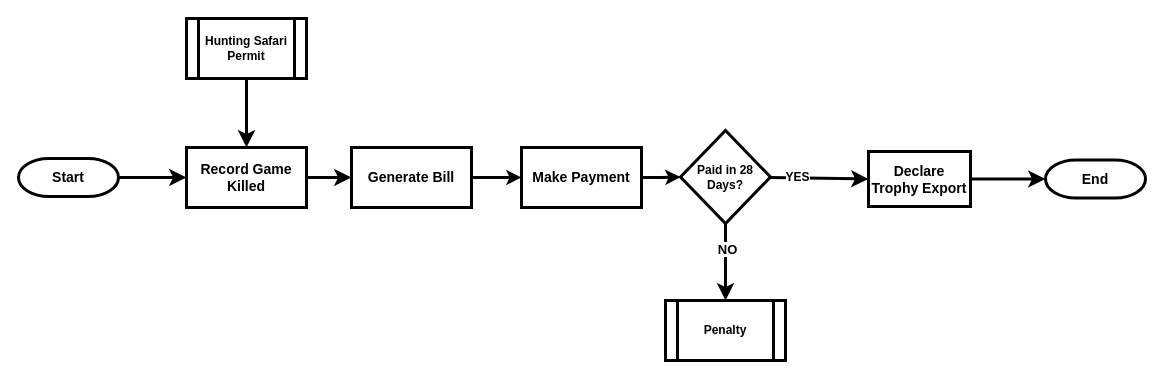
The draw.io diagram page "GameKilledRecording" (5 of 10) of TourismHunting/Tourism_Hunting_Flow.drawio in MbalamulaS/portal2-diagram, before the edit. Source tidied: cells renumbered, new cells numbered last; positions are measured from the earlier drawing's top-left corner, leaving out a move shared by most shapes. Both pictures are drawn from the tidied source at 100%, with x=0, y=0 at pixel (18, 18).
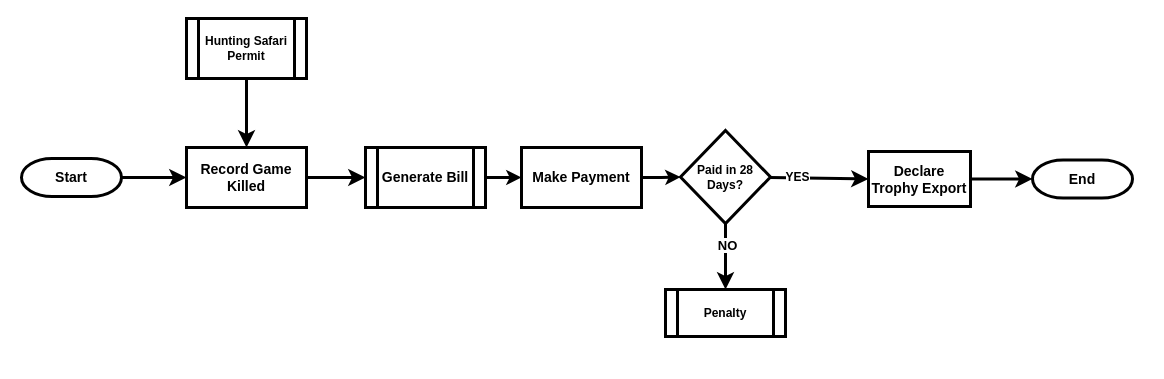
After the change.

Unchanged cells that the change refers to:
```xml
<mxCell id="19" value="Make Payment" style="whiteSpace=wrap;html=1;fontSize=14;fontStyle=1;strokeWidth=3;" parent="1" vertex="1">
  <mxGeometry x="503" y="129" width="120" height="60" as="geometry" />
</mxCell>
```

Change to the diagram source:
```diff
@@
     <mxCell id="3" value="&lt;span&gt;&lt;font&gt;Start&lt;/font&gt;&lt;/span&gt;" style="strokeWidth=3;html=1;shape=mxgraph.flowchart.terminator;whiteSpace=wrap;fontSize=14;fontStyle=1;" parent="1" vertex="1">
-      <mxGeometry y="140" width="100" height="38" as="geometry" />
+      <mxGeometry x="3" y="140" width="100" height="38" as="geometry" />
     </mxCell>
@@
     <mxCell id="8" value="&lt;span&gt;End&lt;/span&gt;" style="strokeWidth=3;html=1;shape=mxgraph.flowchart.terminator;whiteSpace=wrap;fontSize=14;fontStyle=1;" parent="1" vertex="1">
-      <mxGeometry x="1027" y="141.5" width="100" height="38" as="geometry" />
+      <mxGeometry x="1014" y="141.5" width="100" height="38" as="geometry" />
     </mxCell>
@@
-    <mxCell id="16" style="edgeStyle=orthogonalEdgeStyle;rounded=0;jettySize=auto;html=1;strokeWidth=3;" parent="1" edge="1" source="17" target="19">
+    <mxCell id="16" style="edgeStyle=orthogonalEdgeStyle;rounded=0;jettySize=auto;html=1;strokeWidth=3;exitX=1;exitY=0.5;exitDx=0;exitDy=0;" parent="1" edge="1" source="17" target="19">
       <mxGeometry relative="1" as="geometry" />
     </mxCell>
-    <mxCell id="17" value="Generate Bill" style="whiteSpace=wrap;html=1;fontSize=14;fontStyle=1;strokeWidth=3;" parent="1" vertex="1">
-      <mxGeometry x="333" y="129" width="120" height="60" as="geometry" />
-    </mxCell>
@@
     <mxCell id="20" value="Penalty" style="shape=process;whiteSpace=wrap;html=1;backgroundOutline=1;fontStyle=1;strokeWidth=3;" parent="1" vertex="1">
-      <mxGeometry x="647" y="282" width="120" height="60" as="geometry" />
+      <mxGeometry x="647" y="271" width="120" height="47" as="geometry" />
     </mxCell>
+    <mxCell id="17" value="&lt;font style=&quot;font-size: 14px;&quot;&gt;Generate Bill&lt;/font&gt;" style="shape=process;whiteSpace=wrap;html=1;backgroundOutline=1;fontStyle=1;strokeWidth=3;" parent="1" vertex="1">
+      <mxGeometry x="347" y="129" width="120" height="60" as="geometry" />
+    </mxCell>
```
